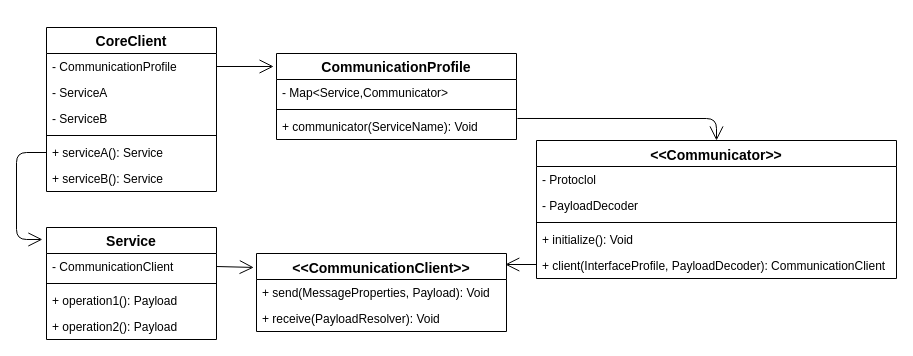
Before: docs/design_overview.drawio in borditamas/ah-app-lib-poc, a draw.io diagram. Source tidied: cells renumbered, new cells numbered last; positions are measured from the earlier drawing's top-left corner, leaving out a move shared by most shapes. Both pictures are drawn from the tidied source at 100%, with x=0, y=0 at pixel (16, 27).
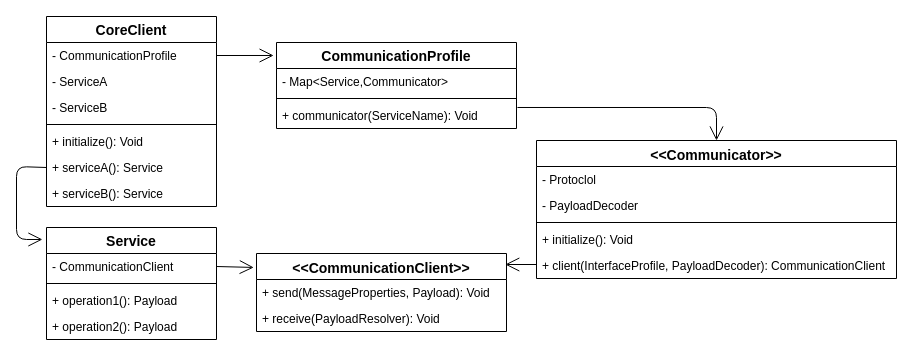
Above is the later version.

The change refers to these unchanged cells:
```xml
<mxCell id="12" value="+ communicator(ServiceName): Void" style="text;strokeColor=none;fillColor=none;align=left;verticalAlign=top;spacingLeft=4;spacingRight=4;overflow=hidden;points=[[0,0.5],[1,0.5]];portConstraint=eastwest;" parent="9" vertex="1">
  <mxGeometry y="60" width="240" height="26" as="geometry" />
</mxCell>
<mxCell id="13" value="&lt;&lt;Communicator&gt;&gt;" style="swimlane;fontStyle=1;align=center;verticalAlign=top;horizontal=1;startSize=26;fontSize=14;" parent="1" vertex="1">
  <mxGeometry x="520" y="113" width="360" height="138" as="geometry" />
</mxCell>
<mxCell id="24" value="Service" style="swimlane;fontStyle=1;horizontal=1;startSize=26;fillColor=none;fontSize=14;" parent="1" vertex="1">
  <mxGeometry x="30" y="200" width="170" height="112" as="geometry" />
</mxCell>
```

The edit, as a diff of the source:
```diff
@@
     <mxCell id="2" value="CoreClient" style="swimlane;fontStyle=1;horizontal=1;startSize=26;fillColor=none;fontSize=14;" parent="1" vertex="1">
-      <mxGeometry x="30" width="170" height="164" as="geometry" />
+      <mxGeometry x="30" y="-11" width="170" height="190" as="geometry" />
     </mxCell>
@@
+    <mxCell id="32" value="+ initialize(): Void" style="text;strokeColor=none;fillColor=none;align=left;verticalAlign=top;spacingLeft=4;spacingRight=4;overflow=hidden;" parent="2" vertex="1">
+      <mxGeometry y="112" width="170" height="26" as="geometry" />
+    </mxCell>
     <mxCell id="7" value="+ serviceA(): Service" style="text;strokeColor=none;fillColor=none;align=left;verticalAlign=top;spacingLeft=4;spacingRight=4;overflow=hidden;points=[[0,0.5],[1,0.5]];portConstraint=eastwest;" parent="2" vertex="1">
-      <mxGeometry y="112" width="170" height="26" as="geometry" />
+      <mxGeometry y="138" width="170" height="26" as="geometry" />
     </mxCell>
     <mxCell id="8" value="+ serviceB(): Service" style="text;strokeColor=none;fillColor=none;align=left;verticalAlign=top;spacingLeft=4;spacingRight=4;overflow=hidden;" parent="2" vertex="1">
-      <mxGeometry y="138" width="170" height="26" as="geometry" />
+      <mxGeometry y="164" width="170" height="26" as="geometry" />
     </mxCell>
     <mxCell id="9" value="CommunicationProfile" style="swimlane;fontStyle=1;horizontal=1;startSize=26;fillColor=none;fontSize=14;" parent="1" vertex="1">
-      <mxGeometry x="260" y="26" width="240" height="86" as="geometry" />
+      <mxGeometry x="260" y="15" width="240" height="86" as="geometry" />
     </mxCell>
@@
     <mxCell id="23" style="endArrow=open;endFill=1;endSize=12;html=1;fontSize=14;exitX=1.004;exitY=0.192;exitDx=0;exitDy=0;entryX=0.5;entryY=0;entryDx=0;entryDy=0;exitPerimeter=0;" parent="1" edge="1" source="12" target="13">
       <mxGeometry relative="1" as="geometry">
         <Array as="points">
-          <mxPoint x="700" y="91" />
+          <mxPoint x="700" y="80" />
         </Array>
       </mxGeometry>
     </mxCell>
@@
     <mxCell id="29" style="endArrow=open;endFill=1;endSize=12;html=1;fontSize=14;exitX=0;exitY=0.5;exitDx=0;exitDy=0;entryX=-0.024;entryY=0.107;entryDx=0;entryDy=0;entryPerimeter=0;" parent="1" edge="1" source="7" target="24">
       <mxGeometry relative="1" as="geometry">
         <Array as="points">
-          <mxPoint y="125" />
+          <mxPoint y="139" />
           <mxPoint y="212" />
         </Array>
       </mxGeometry>
     </mxCell>
```
